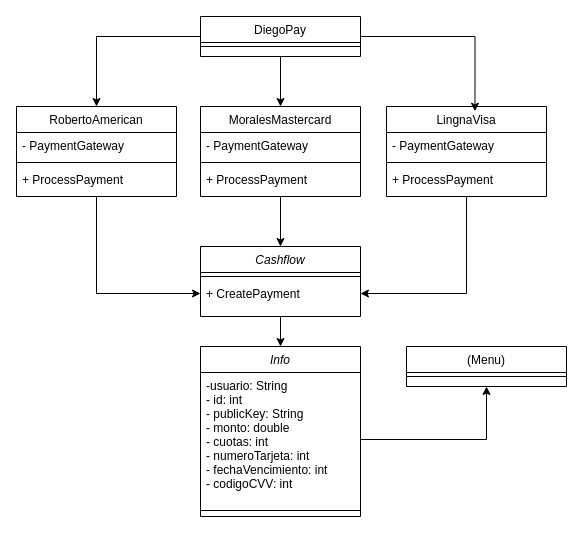
Above: Diagrama UML.drawio in dlop6/PreLab-4---POO (draw.io), before the change. Source tidied: cells renumbered, new cells numbered last; positions are measured from the earlier drawing's top-left corner, leaving out a move shared by most shapes. Both pictures are drawn from the tidied source at 100%, with x=0, y=0 at pixel (16, 16).
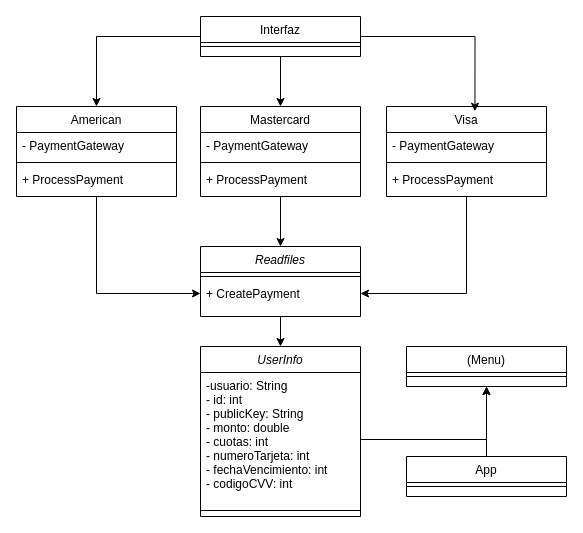
Above is the later version.

Unchanged cells that the change refers to:
```xml
<mxCell id="29" value="(Menu)" style="swimlane;fontStyle=0;align=center;verticalAlign=top;horizontal=1;startSize=26;rounded=0;shadow=0;strokeWidth=1;" parent="1" vertex="1">
  <mxGeometry x="390" y="330" width="160" height="40" as="geometry" />
</mxCell>
```

The edit, as a diff of the source:
```diff
@@
-    <mxCell id="3" value="Cashflow" style="swimlane;fontStyle=2;align=center;verticalAlign=top;horizontal=1;startSize=26;rounded=0;shadow=0;strokeWidth=1;" parent="1" vertex="1">
+    <mxCell id="3" value="Readfiles" style="swimlane;fontStyle=2;align=center;verticalAlign=top;horizontal=1;startSize=26;rounded=0;shadow=0;strokeWidth=1;" parent="1" vertex="1">
       <mxGeometry x="184" y="230" width="160" height="70" as="geometry" />
     </mxCell>
@@
-    <mxCell id="7" value="LingnaVisa" style="swimlane;fontStyle=0;align=center;verticalAlign=top;horizontal=1;startSize=26;rounded=0;shadow=0;strokeWidth=1;" parent="1" vertex="1">
+    <mxCell id="7" value="Visa" style="swimlane;fontStyle=0;align=center;verticalAlign=top;horizontal=1;startSize=26;rounded=0;shadow=0;strokeWidth=1;" parent="1" vertex="1">
       <mxGeometry x="370" y="90" width="160" height="90" as="geometry" />
     </mxCell>
@@
-    <mxCell id="12" value="RobertoAmerican" style="swimlane;fontStyle=0;align=center;verticalAlign=top;horizontal=1;startSize=26;rounded=0;shadow=0;strokeWidth=1;" parent="1" vertex="1">
+    <mxCell id="12" value="American" style="swimlane;fontStyle=0;align=center;verticalAlign=top;horizontal=1;startSize=26;rounded=0;shadow=0;strokeWidth=1;" parent="1" vertex="1">
       <mxGeometry y="90" width="160" height="90" as="geometry" />
     </mxCell>
@@
-    <mxCell id="17" value="MoralesMastercard" style="swimlane;fontStyle=0;align=center;verticalAlign=top;horizontal=1;startSize=26;rounded=0;shadow=0;strokeWidth=1;" parent="1" vertex="1">
+    <mxCell id="17" value="Mastercard" style="swimlane;fontStyle=0;align=center;verticalAlign=top;horizontal=1;startSize=26;rounded=0;shadow=0;strokeWidth=1;" parent="1" vertex="1">
       <mxGeometry x="184" y="90" width="160" height="90" as="geometry" />
     </mxCell>
@@
-    <mxCell id="23" value="DiegoPay" style="swimlane;fontStyle=0;align=center;verticalAlign=top;horizontal=1;startSize=26;rounded=0;shadow=0;strokeWidth=1;" parent="1" vertex="1">
+    <mxCell id="23" value="Interfaz" style="swimlane;fontStyle=0;align=center;verticalAlign=top;horizontal=1;startSize=26;rounded=0;shadow=0;strokeWidth=1;" parent="1" vertex="1">
       <mxGeometry x="184" width="160" height="40" as="geometry" />
     </mxCell>
@@
-    <mxCell id="25" value="Info" style="swimlane;fontStyle=2;align=center;verticalAlign=top;horizontal=1;startSize=26;rounded=0;shadow=0;strokeWidth=1;" parent="1" vertex="1">
+    <mxCell id="25" value="UserInfo" style="swimlane;fontStyle=2;align=center;verticalAlign=top;horizontal=1;startSize=26;rounded=0;shadow=0;strokeWidth=1;" parent="1" vertex="1">
       <mxGeometry x="184" y="330" width="160" height="170" as="geometry" />
     </mxCell>
@@
+    <mxCell id="32" style="edgeStyle=none;html=1;entryX=0.5;entryY=1;entryDx=0;entryDy=0;" parent="1" edge="1" source="33" target="29">
+      <mxGeometry relative="1" as="geometry" />
+    </mxCell>
+    <mxCell id="33" value="App" style="swimlane;fontStyle=0;align=center;verticalAlign=top;horizontal=1;startSize=26;rounded=0;shadow=0;strokeWidth=1;" parent="1" vertex="1">
+      <mxGeometry x="390" y="440" width="160" height="40" as="geometry" />
+    </mxCell>
+    <mxCell id="34" style="line;html=1;strokeWidth=1;align=left;verticalAlign=middle;spacingTop=-1;spacingLeft=3;spacingRight=3;labelPosition=right;" parent="33" vertex="1">
+      <mxGeometry y="26" width="160" height="8" as="geometry" />
+    </mxCell>
```
